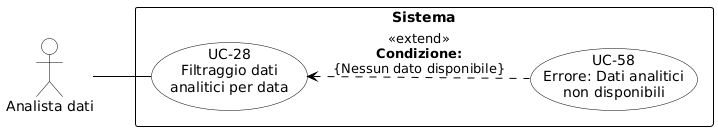
Before: RTB/Analisi dei Requisiti/diagrammi_use_case/UC-28.png, a diagram exported from PlantUML (aLittleByte-19/Documentazione).
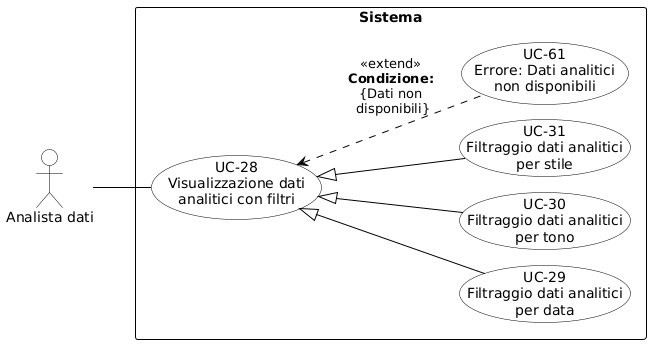
After the change.

Diff of the diagram source:
```diff
@@ -19,14 +19,24 @@
     FontStyle bold
 }
 
-actor "Analista dati" as AD
+actor "Analista dati" as analista
 
 rectangle "Sistema" {
-    usecase "UC-28\nFiltraggio dati\nanalitici per data" as UC28
-    usecase "UC-58\nErrore: Dati analitici\nnon disponibili" as UC58
+    usecase "UC-28\nVisualizzazione dati\nanalitici con filtri" as UC28
 
-    UC28 <.. UC58 : <<extend>>\n**Condizione:**\n{Nessun dato disponibile}
+    usecase "UC-29\nFiltraggio dati analitici\nper data" as UC29
+    usecase "UC-30\nFiltraggio dati analitici\nper tono" as UC30
+    usecase "UC-31\nFiltraggio dati analitici\nper stile" as UC31
+
+    usecase "UC-61\nErrore: Dati analitici\nnon disponibili" as UC61
+
+
+    UC28 <|-- UC29
+    UC28 <|-- UC30
+    UC28 <|-- UC31
+
+    UC61 .up.> UC28 : «extend»\n<b>Condizione:</b>\n{Dati non\n disponibili}
 }
 
-AD -- UC28
+analista -- UC28
 @enduml
```
